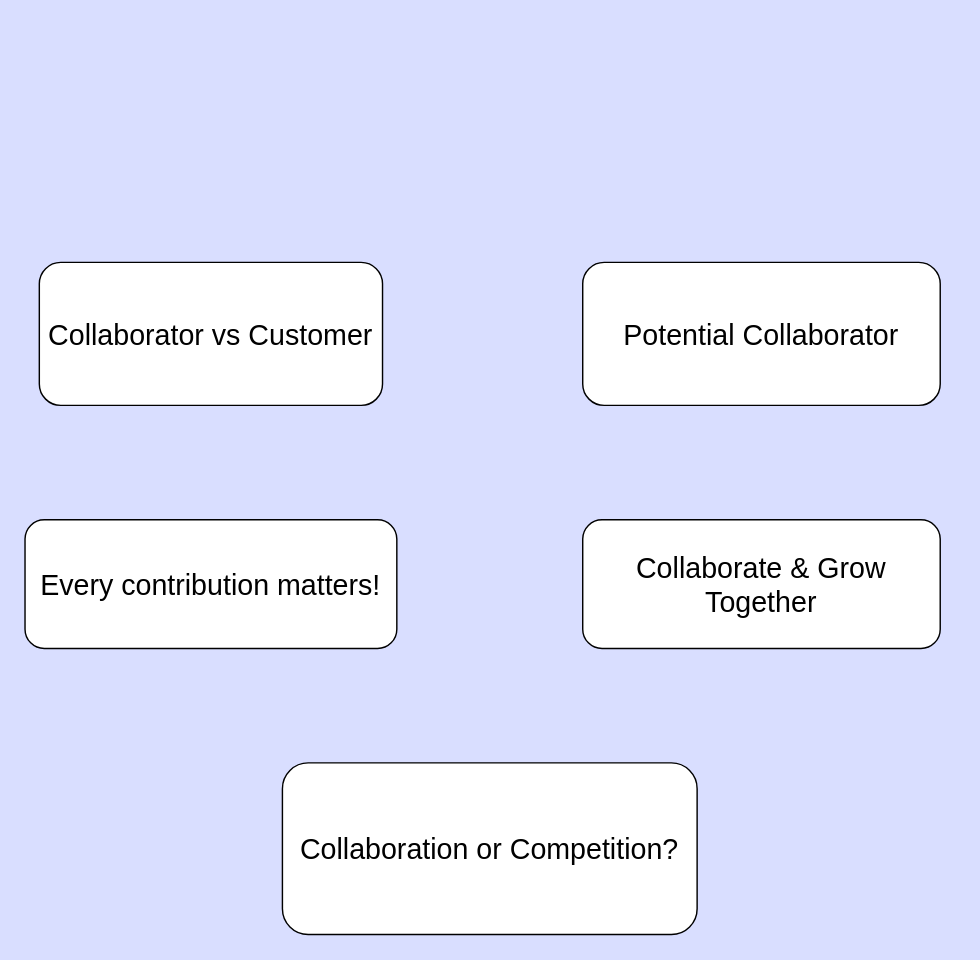
The draw.io diagram page "Collaboration matters" (3 of 7) of Session 1.drawio in raminux/diagrams, before the edit. Source tidied: cells renumbered, new cells numbered last; positions are measured from the earlier drawing's top-left corner, leaving out a move shared by most shapes. Both pictures are drawn from the tidied source at 143%, with x=0, y=0 at pixel (24, 262).
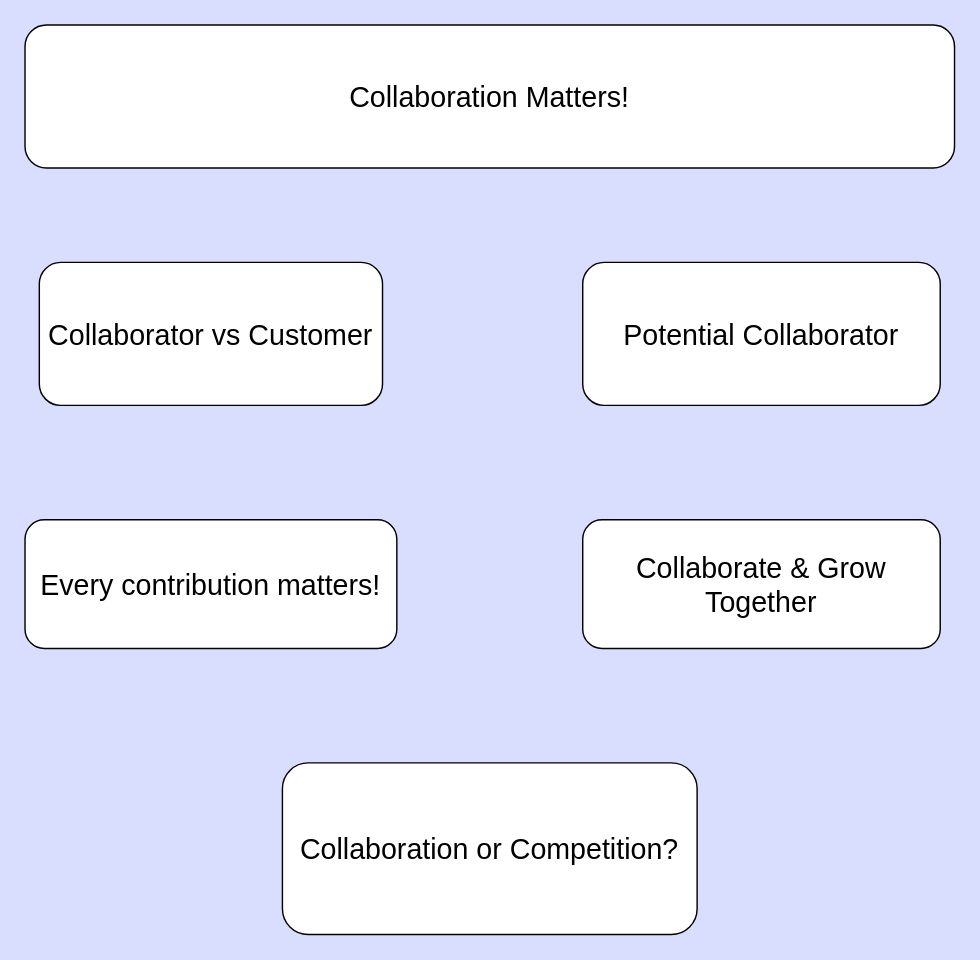
After the change.

Commit message (it also covers changes not shown here):
Update Session 1 - collaboration matters.drawio

Diff of the diagram source:
```diff
@@
 <mxGraphModel background="#D9DEFF">
   <root>
     <mxCell id="0" />
     <mxCell id="1" parent="0" />
     <mxCell id="2" value="Collaborator vs Customer" style="rounded=1;whiteSpace=wrap;html=1;fontSize=20;" parent="1" vertex="1">
       <mxGeometry x="10" width="240" height="100" as="geometry" />
     </mxCell>
     <mxCell id="3" value="Potential Collaborator" style="rounded=1;whiteSpace=wrap;html=1;fontSize=20;" parent="1" vertex="1">
       <mxGeometry x="390" width="250" height="100" as="geometry" />
     </mxCell>
     <mxCell id="4" value="Every contribution matters!" style="rounded=1;whiteSpace=wrap;html=1;fontSize=20;" parent="1" vertex="1">
       <mxGeometry y="180" width="260" height="90" as="geometry" />
     </mxCell>
     <mxCell id="5" value="Collaborate &amp;amp; Grow Together" style="rounded=1;whiteSpace=wrap;html=1;fontSize=20;" parent="1" vertex="1">
       <mxGeometry x="390" y="180" width="250" height="90" as="geometry" />
     </mxCell>
     <mxCell id="6" value="Collaboration or Competition?" style="rounded=1;whiteSpace=wrap;html=1;fontSize=20;" parent="1" vertex="1">
       <mxGeometry x="180" y="350" width="290" height="120" as="geometry" />
     </mxCell>
+    <mxCell id="7" value="Collaboration Matters!" style="rounded=1;whiteSpace=wrap;html=1;fontSize=20;" parent="1" vertex="1">
+      <mxGeometry y="-166" width="650" height="100" as="geometry" />
+    </mxCell>
   </root>
 </mxGraphModel>
```
